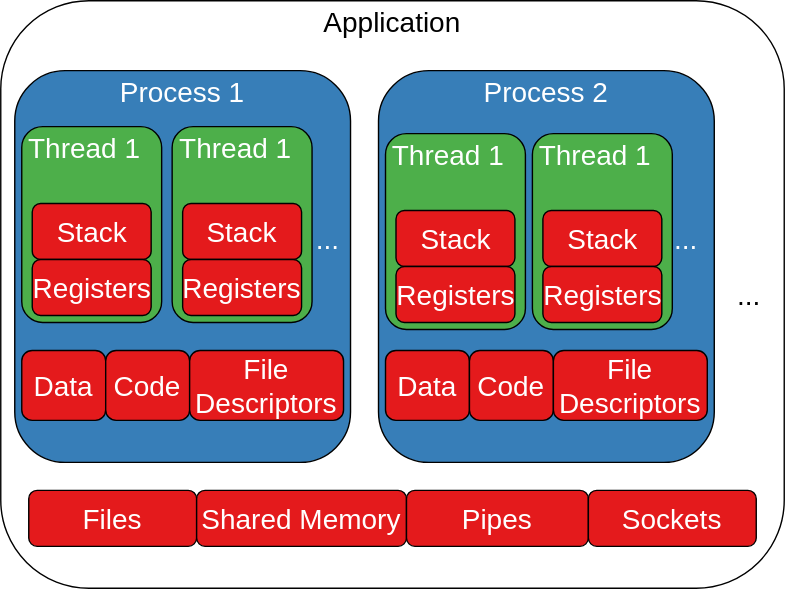
Above: content/chapters/compute/lecture/media/app-process-thread.svg in VladNastase/operating-systems (draw.io), before the change. Source tidied: cells renumbered, new cells last; positions are measured from the earlier drawing's top-left corner, leaving out a move shared by most shapes.
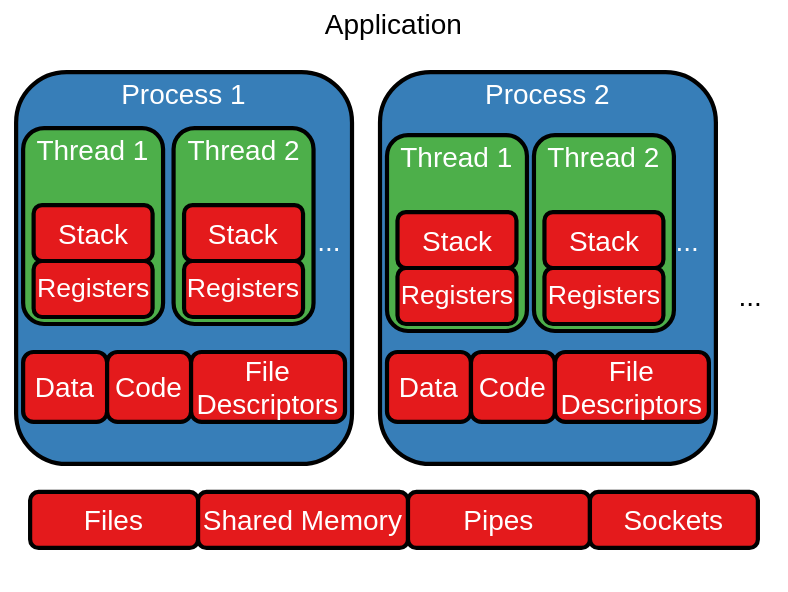
The same diagram one commit later.

Diff of the diagram source:
```diff
@@ -2,109 +2,109 @@
   <root>
     <mxCell id="0" />
     <mxCell id="1" parent="0" />
-    <mxCell id="2" style="rounded=1;whiteSpace=wrap;html=1;fontSize=20;fillColor=#FFFFFF;strokeColor=#000000;fontColor=#FFFFFF;" parent="1" vertex="1">
+    <mxCell id="2" style="rounded=1;whiteSpace=wrap;html=1;fontSize=20;fillColor=#FFFFFF;strokeColor=none;fontColor=#FFFFFF;strokeWidth=3;" parent="1" vertex="1">
       <mxGeometry width="560" height="420" as="geometry" />
     </mxCell>
-    <mxCell id="3" style="rounded=1;whiteSpace=wrap;html=1;fontSize=20;fillColor=#377eb8;strokeColor=#000000;fontColor=#FFFFFF;" parent="1" vertex="1">
+    <mxCell id="3" style="rounded=1;whiteSpace=wrap;html=1;fontSize=20;fillColor=#377eb8;strokeColor=#000000;fontColor=#FFFFFF;strokeWidth=3;" parent="1" vertex="1">
       <mxGeometry x="10" y="50" width="240" height="280" as="geometry" />
     </mxCell>
-    <mxCell id="4" value="Application" style="text;html=1;strokeColor=none;fillColor=none;align=center;verticalAlign=middle;whiteSpace=wrap;rounded=0;fontSize=20;fontColor=#000000;" parent="1" vertex="1">
+    <mxCell id="4" value="Application" style="text;html=1;strokeColor=none;fillColor=none;align=center;verticalAlign=middle;whiteSpace=wrap;rounded=0;fontSize=20;fontColor=#000000;strokeWidth=3;" parent="1" vertex="1">
       <mxGeometry x="230" width="100" height="30" as="geometry" />
     </mxCell>
-    <mxCell id="5" value="Process 1" style="text;html=1;strokeColor=none;fillColor=none;align=center;verticalAlign=middle;whiteSpace=wrap;rounded=0;fontSize=20;fontColor=#FFFFFF;" parent="1" vertex="1">
+    <mxCell id="5" value="Process 1" style="text;html=1;strokeColor=none;fillColor=none;align=center;verticalAlign=middle;whiteSpace=wrap;rounded=0;fontSize=20;fontColor=#FFFFFF;strokeWidth=3;" parent="1" vertex="1">
       <mxGeometry x="80" y="50" width="100" height="30" as="geometry" />
     </mxCell>
-    <mxCell id="6" style="rounded=1;whiteSpace=wrap;html=1;fontSize=20;fillColor=#4daf4a;strokeColor=#000000;fontColor=#FFFFFF;" parent="1" vertex="1">
+    <mxCell id="6" style="rounded=1;whiteSpace=wrap;html=1;fontSize=20;fillColor=#4daf4a;strokeColor=#000000;fontColor=#FFFFFF;strokeWidth=3;" parent="1" vertex="1">
       <mxGeometry x="15" y="90" width="100" height="140" as="geometry" />
     </mxCell>
-    <mxCell id="7" value="Thread 1" style="text;html=1;strokeColor=none;fillColor=none;align=center;verticalAlign=middle;whiteSpace=wrap;rounded=0;fontSize=20;fontColor=#FFFFFF;" parent="1" vertex="1">
-      <mxGeometry x="15" y="90" width="90" height="30" as="geometry" />
+    <mxCell id="7" value="Thread 1" style="text;html=1;strokeColor=none;fillColor=none;align=center;verticalAlign=middle;whiteSpace=wrap;rounded=0;fontSize=20;fontColor=#FFFFFF;strokeWidth=3;" parent="1" vertex="1">
+      <mxGeometry x="20" y="90" width="90" height="30" as="geometry" />
     </mxCell>
-    <mxCell id="8" value="..." style="text;html=1;strokeColor=none;fillColor=none;align=center;verticalAlign=middle;whiteSpace=wrap;rounded=0;fontSize=20;fontColor=#FFFFFF;" parent="1" vertex="1">
+    <mxCell id="8" value="..." style="text;html=1;strokeColor=none;fillColor=none;align=center;verticalAlign=middle;whiteSpace=wrap;rounded=0;fontSize=20;fontColor=#FFFFFF;strokeWidth=3;" parent="1" vertex="1">
       <mxGeometry x="215" y="155" width="37.5" height="30" as="geometry" />
     </mxCell>
-    <mxCell id="9" value="Data" style="rounded=1;whiteSpace=wrap;html=1;fontSize=20;fillColor=#E41A1C;fontColor=#FFFFFF;" parent="1" vertex="1">
+    <mxCell id="9" value="Data" style="rounded=1;whiteSpace=wrap;html=1;fontSize=20;fillColor=#E41A1C;fontColor=#FFFFFF;strokeWidth=3;" parent="1" vertex="1">
       <mxGeometry x="15" y="250" width="60" height="50" as="geometry" />
     </mxCell>
-    <mxCell id="10" value="Code" style="rounded=1;whiteSpace=wrap;html=1;fontSize=20;fillColor=#E41A1C;fontColor=#FFFFFF;" parent="1" vertex="1">
+    <mxCell id="10" value="Code" style="rounded=1;whiteSpace=wrap;html=1;fontSize=20;fillColor=#E41A1C;fontColor=#FFFFFF;strokeWidth=3;" parent="1" vertex="1">
       <mxGeometry x="75" y="250" width="60" height="50" as="geometry" />
     </mxCell>
-    <mxCell id="11" value="File Descriptors" style="rounded=1;whiteSpace=wrap;html=1;fontSize=20;fillColor=#E41A1C;fontColor=#FFFFFF;" parent="1" vertex="1">
+    <mxCell id="11" value="File Descriptors" style="rounded=1;whiteSpace=wrap;html=1;fontSize=20;fillColor=#E41A1C;fontColor=#FFFFFF;strokeWidth=3;" parent="1" vertex="1">
       <mxGeometry x="135" y="250" width="110" height="50" as="geometry" />
     </mxCell>
-    <mxCell id="12" style="rounded=1;whiteSpace=wrap;html=1;fontSize=20;fillColor=#377eb8;strokeColor=#000000;fontColor=#FFFFFF;" parent="1" vertex="1">
+    <mxCell id="12" style="rounded=1;whiteSpace=wrap;html=1;fontSize=20;fillColor=#377eb8;strokeColor=#000000;fontColor=#FFFFFF;strokeWidth=3;" parent="1" vertex="1">
       <mxGeometry x="270" y="50" width="240" height="280" as="geometry" />
     </mxCell>
-    <mxCell id="13" value="Process 2" style="text;html=1;strokeColor=none;fillColor=none;align=center;verticalAlign=middle;whiteSpace=wrap;rounded=0;fontSize=20;fontColor=#FFFFFF;" parent="1" vertex="1">
+    <mxCell id="13" value="Process 2" style="text;html=1;strokeColor=none;fillColor=none;align=center;verticalAlign=middle;whiteSpace=wrap;rounded=0;fontSize=20;fontColor=#FFFFFF;strokeWidth=3;" parent="1" vertex="1">
       <mxGeometry x="340" y="50" width="100" height="30" as="geometry" />
     </mxCell>
-    <mxCell id="14" value="..." style="text;html=1;strokeColor=none;fillColor=none;align=center;verticalAlign=middle;whiteSpace=wrap;rounded=0;fontSize=20;fontColor=#FFFFFF;" parent="1" vertex="1">
+    <mxCell id="14" value="..." style="text;html=1;strokeColor=none;fillColor=none;align=center;verticalAlign=middle;whiteSpace=wrap;rounded=0;fontSize=20;fontColor=#FFFFFF;strokeWidth=3;" parent="1" vertex="1">
       <mxGeometry x="470" y="155" width="40" height="30" as="geometry" />
     </mxCell>
-    <mxCell id="15" value="..." style="text;html=1;strokeColor=none;fillColor=none;align=center;verticalAlign=middle;whiteSpace=wrap;rounded=0;fontSize=20;fontColor=#000000;" parent="1" vertex="1">
+    <mxCell id="15" value="..." style="text;html=1;strokeColor=none;fillColor=none;align=center;verticalAlign=middle;whiteSpace=wrap;rounded=0;fontSize=20;fontColor=#000000;strokeWidth=3;" parent="1" vertex="1">
       <mxGeometry x="510" y="195" width="50" height="30" as="geometry" />
     </mxCell>
-    <mxCell id="16" value="Files" style="rounded=1;whiteSpace=wrap;html=1;fontSize=20;fillColor=#E41A1C;fontColor=#FFFFFF;" parent="1" vertex="1">
+    <mxCell id="16" value="Files" style="rounded=1;whiteSpace=wrap;html=1;fontSize=20;fillColor=#E41A1C;fontColor=#FFFFFF;strokeWidth=3;" parent="1" vertex="1">
       <mxGeometry x="20" y="350" width="120" height="40" as="geometry" />
     </mxCell>
-    <mxCell id="17" value="Shared Memory" style="rounded=1;whiteSpace=wrap;html=1;fontSize=20;fillColor=#E41A1C;fontColor=#FFFFFF;" parent="1" vertex="1">
+    <mxCell id="17" value="Shared Memory" style="rounded=1;whiteSpace=wrap;html=1;fontSize=20;fillColor=#E41A1C;fontColor=#FFFFFF;strokeWidth=3;" parent="1" vertex="1">
       <mxGeometry x="140" y="350" width="150" height="40" as="geometry" />
     </mxCell>
-    <mxCell id="18" value="Pipes" style="rounded=1;whiteSpace=wrap;html=1;fontSize=20;fillColor=#E41A1C;fontColor=#FFFFFF;" parent="1" vertex="1">
+    <mxCell id="18" value="Pipes" style="rounded=1;whiteSpace=wrap;html=1;fontSize=20;fillColor=#E41A1C;fontColor=#FFFFFF;strokeWidth=3;" parent="1" vertex="1">
       <mxGeometry x="290" y="350" width="130" height="40" as="geometry" />
     </mxCell>
-    <mxCell id="19" value="Sockets" style="rounded=1;whiteSpace=wrap;html=1;fontSize=20;fillColor=#E41A1C;fontColor=#FFFFFF;" parent="1" vertex="1">
+    <mxCell id="19" value="Sockets" style="rounded=1;whiteSpace=wrap;html=1;fontSize=20;fillColor=#E41A1C;fontColor=#FFFFFF;strokeWidth=3;" parent="1" vertex="1">
       <mxGeometry x="420" y="350" width="120" height="40" as="geometry" />
     </mxCell>
-    <mxCell id="20" value="Data" style="rounded=1;whiteSpace=wrap;html=1;fontSize=20;fillColor=#E41A1C;fontColor=#FFFFFF;" parent="1" vertex="1">
+    <mxCell id="20" value="Data" style="rounded=1;whiteSpace=wrap;html=1;fontSize=20;fillColor=#E41A1C;fontColor=#FFFFFF;strokeWidth=3;" parent="1" vertex="1">
       <mxGeometry x="275" y="250" width="60" height="50" as="geometry" />
     </mxCell>
-    <mxCell id="21" value="Code" style="rounded=1;whiteSpace=wrap;html=1;fontSize=20;fillColor=#E41A1C;fontColor=#FFFFFF;" parent="1" vertex="1">
+    <mxCell id="21" value="Code" style="rounded=1;whiteSpace=wrap;html=1;fontSize=20;fillColor=#E41A1C;fontColor=#FFFFFF;strokeWidth=3;" parent="1" vertex="1">
       <mxGeometry x="335" y="250" width="60" height="50" as="geometry" />
     </mxCell>
-    <mxCell id="22" value="File Descriptors" style="rounded=1;whiteSpace=wrap;html=1;fontSize=20;fillColor=#E41A1C;fontColor=#FFFFFF;" parent="1" vertex="1">
+    <mxCell id="22" value="File Descriptors" style="rounded=1;whiteSpace=wrap;html=1;fontSize=20;fillColor=#E41A1C;fontColor=#FFFFFF;strokeWidth=3;" parent="1" vertex="1">
       <mxGeometry x="395" y="250" width="110" height="50" as="geometry" />
     </mxCell>
-    <mxCell id="23" value="Stack" style="rounded=1;whiteSpace=wrap;html=1;fontSize=20;fillColor=#E41A1C;fontColor=#FFFFFF;" parent="1" vertex="1">
+    <mxCell id="23" value="Stack" style="rounded=1;whiteSpace=wrap;html=1;fontSize=20;fillColor=#E41A1C;fontColor=#FFFFFF;strokeWidth=3;" parent="1" vertex="1">
       <mxGeometry x="22.5" y="145" width="85" height="40" as="geometry" />
     </mxCell>
-    <mxCell id="24" value="Registers" style="rounded=1;whiteSpace=wrap;html=1;fontSize=20;fillColor=#E41A1C;fontColor=#FFFFFF;" parent="1" vertex="1">
+    <mxCell id="24" value="Registers" style="rounded=1;whiteSpace=wrap;html=1;fontSize=19;fillColor=#E41A1C;fontColor=#FFFFFF;strokeWidth=3;" parent="1" vertex="1">
       <mxGeometry x="22.5" y="185" width="85" height="40" as="geometry" />
     </mxCell>
-    <mxCell id="25" style="rounded=1;whiteSpace=wrap;html=1;fontSize=20;fillColor=#4daf4a;strokeColor=#000000;fontColor=#FFFFFF;" parent="1" vertex="1">
+    <mxCell id="25" style="rounded=1;whiteSpace=wrap;html=1;fontSize=20;fillColor=#4daf4a;strokeColor=#000000;fontColor=#FFFFFF;strokeWidth=3;" parent="1" vertex="1">
       <mxGeometry x="122.5" y="90" width="100" height="140" as="geometry" />
     </mxCell>
-    <mxCell id="26" value="Thread 1" style="text;html=1;strokeColor=none;fillColor=none;align=center;verticalAlign=middle;whiteSpace=wrap;rounded=0;fontSize=20;fontColor=#FFFFFF;" parent="1" vertex="1">
-      <mxGeometry x="122.5" y="90" width="90" height="30" as="geometry" />
+    <mxCell id="26" value="Thread 2" style="text;html=1;strokeColor=none;fillColor=none;align=center;verticalAlign=middle;whiteSpace=wrap;rounded=0;fontSize=20;fontColor=#FFFFFF;strokeWidth=3;" parent="1" vertex="1">
+      <mxGeometry x="127.5" y="90" width="90" height="30" as="geometry" />
     </mxCell>
-    <mxCell id="27" value="Stack" style="rounded=1;whiteSpace=wrap;html=1;fontSize=20;fillColor=#E41A1C;fontColor=#FFFFFF;" parent="1" vertex="1">
+    <mxCell id="27" value="Stack" style="rounded=1;whiteSpace=wrap;html=1;fontSize=20;fillColor=#E41A1C;fontColor=#FFFFFF;strokeWidth=3;" parent="1" vertex="1">
       <mxGeometry x="130" y="145" width="85" height="40" as="geometry" />
     </mxCell>
-    <mxCell id="28" value="Registers" style="rounded=1;whiteSpace=wrap;html=1;fontSize=20;fillColor=#E41A1C;fontColor=#FFFFFF;" parent="1" vertex="1">
+    <mxCell id="28" value="Registers" style="rounded=1;whiteSpace=wrap;html=1;fontSize=19;fillColor=#E41A1C;fontColor=#FFFFFF;strokeWidth=3;" parent="1" vertex="1">
       <mxGeometry x="130" y="185" width="85" height="40" as="geometry" />
     </mxCell>
-    <mxCell id="29" style="rounded=1;whiteSpace=wrap;html=1;fontSize=20;fillColor=#4daf4a;strokeColor=#000000;fontColor=#FFFFFF;" parent="1" vertex="1">
+    <mxCell id="29" style="rounded=1;whiteSpace=wrap;html=1;fontSize=20;fillColor=#4daf4a;strokeColor=#000000;fontColor=#FFFFFF;strokeWidth=3;" parent="1" vertex="1">
       <mxGeometry x="275" y="95" width="100" height="140" as="geometry" />
     </mxCell>
-    <mxCell id="30" value="Thread 1" style="text;html=1;strokeColor=none;fillColor=none;align=center;verticalAlign=middle;whiteSpace=wrap;rounded=0;fontSize=20;fontColor=#FFFFFF;" parent="1" vertex="1">
-      <mxGeometry x="275" y="95" width="90" height="30" as="geometry" />
+    <mxCell id="30" value="Thread 1" style="text;html=1;strokeColor=none;fillColor=none;align=center;verticalAlign=middle;whiteSpace=wrap;rounded=0;fontSize=20;fontColor=#FFFFFF;strokeWidth=3;" parent="1" vertex="1">
+      <mxGeometry x="280" y="95" width="90" height="30" as="geometry" />
     </mxCell>
-    <mxCell id="31" value="Stack" style="rounded=1;whiteSpace=wrap;html=1;fontSize=20;fillColor=#E41A1C;fontColor=#FFFFFF;" parent="1" vertex="1">
+    <mxCell id="31" value="Stack" style="rounded=1;whiteSpace=wrap;html=1;fontSize=20;fillColor=#E41A1C;fontColor=#FFFFFF;strokeWidth=3;" parent="1" vertex="1">
       <mxGeometry x="282.5" y="150" width="85" height="40" as="geometry" />
     </mxCell>
-    <mxCell id="32" value="Registers" style="rounded=1;whiteSpace=wrap;html=1;fontSize=20;fillColor=#E41A1C;fontColor=#FFFFFF;" parent="1" vertex="1">
+    <mxCell id="32" value="Registers" style="rounded=1;whiteSpace=wrap;html=1;fontSize=19;fillColor=#E41A1C;fontColor=#FFFFFF;strokeWidth=3;" parent="1" vertex="1">
       <mxGeometry x="282.5" y="190" width="85" height="40" as="geometry" />
     </mxCell>
-    <mxCell id="33" style="rounded=1;whiteSpace=wrap;html=1;fontSize=20;fillColor=#4daf4a;strokeColor=#000000;fontColor=#FFFFFF;" parent="1" vertex="1">
+    <mxCell id="33" style="rounded=1;whiteSpace=wrap;html=1;fontSize=20;fillColor=#4daf4a;strokeColor=#000000;fontColor=#FFFFFF;strokeWidth=3;" parent="1" vertex="1">
       <mxGeometry x="380" y="95" width="100" height="140" as="geometry" />
     </mxCell>
-    <mxCell id="34" value="Thread 1" style="text;html=1;strokeColor=none;fillColor=none;align=center;verticalAlign=middle;whiteSpace=wrap;rounded=0;fontSize=20;fontColor=#FFFFFF;" parent="1" vertex="1">
-      <mxGeometry x="380" y="95" width="90" height="30" as="geometry" />
+    <mxCell id="34" value="Thread 2" style="text;html=1;strokeColor=none;fillColor=none;align=center;verticalAlign=middle;whiteSpace=wrap;rounded=0;fontSize=20;fontColor=#FFFFFF;strokeWidth=3;" parent="1" vertex="1">
+      <mxGeometry x="385" y="95" width="90" height="30" as="geometry" />
     </mxCell>
-    <mxCell id="35" value="Stack" style="rounded=1;whiteSpace=wrap;html=1;fontSize=20;fillColor=#E41A1C;fontColor=#FFFFFF;" parent="1" vertex="1">
+    <mxCell id="35" value="Stack" style="rounded=1;whiteSpace=wrap;html=1;fontSize=20;fillColor=#E41A1C;fontColor=#FFFFFF;strokeWidth=3;" parent="1" vertex="1">
       <mxGeometry x="387.5" y="150" width="85" height="40" as="geometry" />
     </mxCell>
-    <mxCell id="36" value="Registers" style="rounded=1;whiteSpace=wrap;html=1;fontSize=20;fillColor=#E41A1C;fontColor=#FFFFFF;" parent="1" vertex="1">
+    <mxCell id="36" value="Registers" style="rounded=1;whiteSpace=wrap;html=1;fontSize=19;fillColor=#E41A1C;fontColor=#FFFFFF;strokeWidth=3;" parent="1" vertex="1">
       <mxGeometry x="387.5" y="190" width="85" height="40" as="geometry" />
     </mxCell>
   </root>
```
